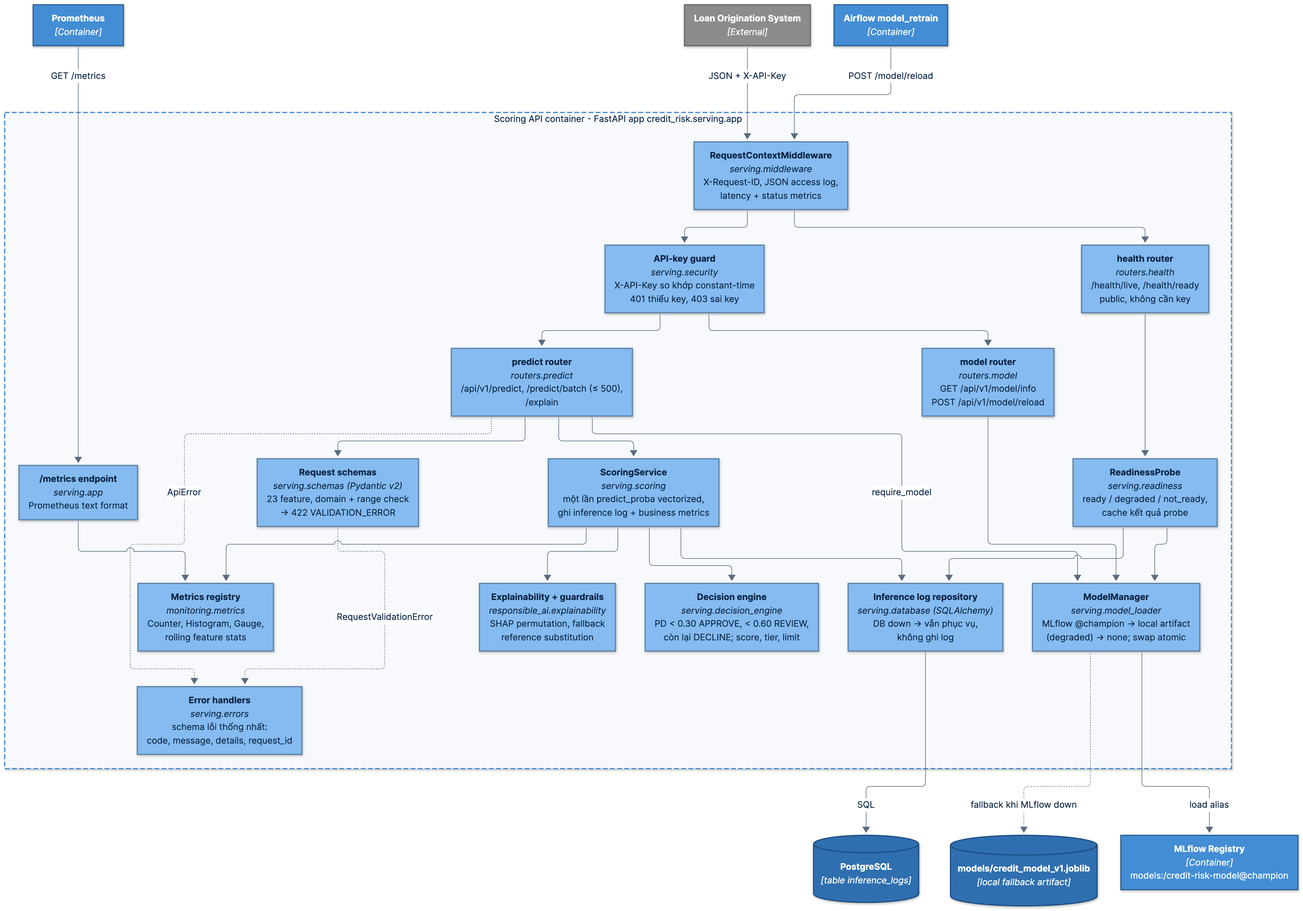
This is FinalProject/docs/assets/diagrams/03-component-api.png from tungpheo11/DDM501_Group5, a Mermaid export, as it was before one commit. Its source is kept beside it as FinalProject/docs/assets/diagrams/src/03-component-api.mmd.
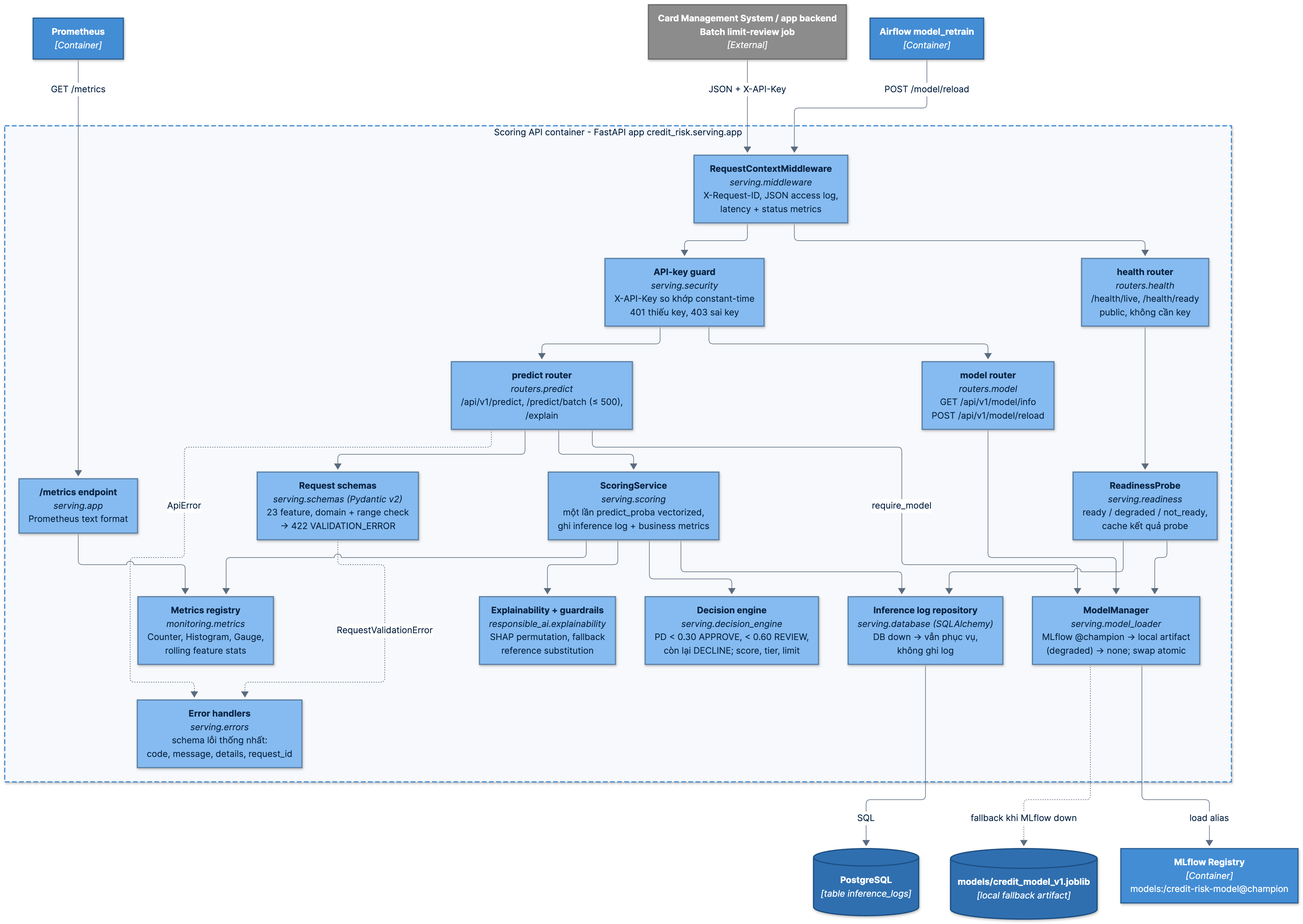
The same file after the commit.

Diff of the diagram source:
```diff
@@ -1,5 +1,5 @@
 flowchart TB
-    client["<b>Loan Origination System</b><br/><i>[External]</i>"]:::external
+    client["<b>Card Management System / app backend</b><br/><b>Batch limit-review job</b><br/><i>[External]</i>"]:::external
     airflow["<b>Airflow model_retrain</b><br/><i>[Container]</i>"]:::container
     prom["<b>Prometheus</b><br/><i>[Container]</i>"]:::container
 
```
